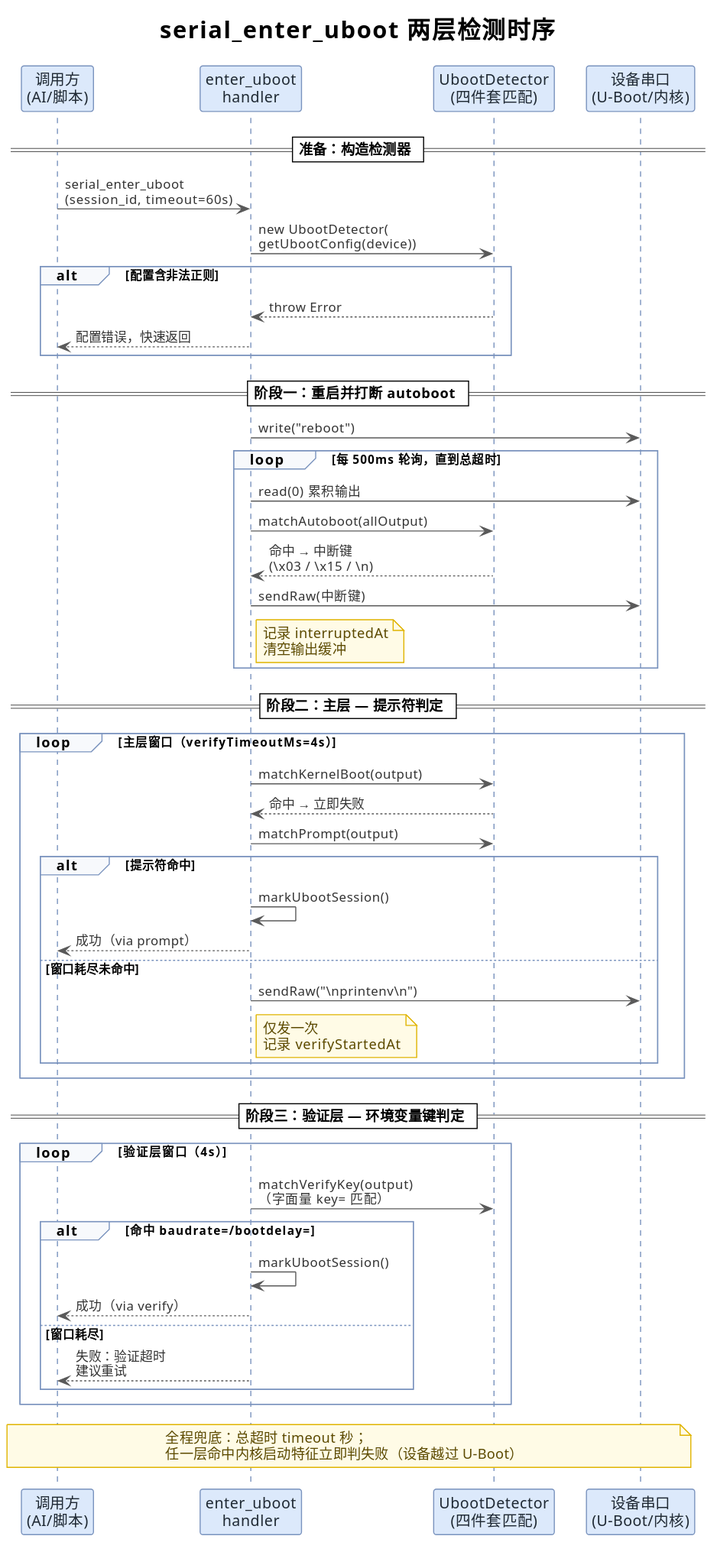
Above: docs/MCP-U-Boot标记机制分析/img/enter-uboot-sequence.svg in smk-h/embedded-mcp-toolkit (PlantUML), before the change.
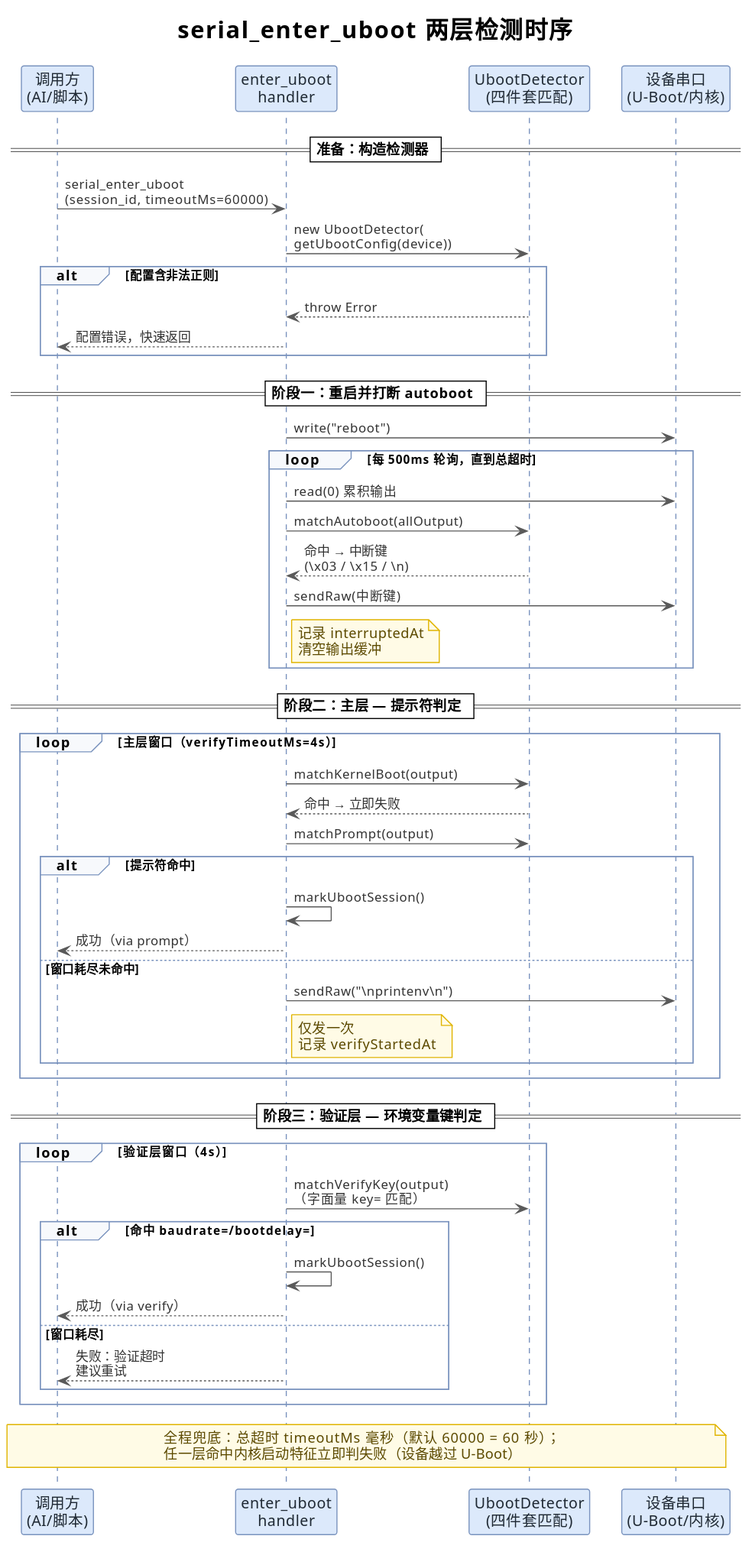
After the commit.

Commit message:
docs: 同步 enter_uboot timeoutMs 毫秒化说明与时序图

What changed in the source:
```diff
@@ -25,7 +25,7 @@
 
 == 准备：构造检测器 ==
 
-C -> H : serial_enter_uboot\n(session_id, timeout=60s)
+C -> H : serial_enter_uboot\n(session_id, timeoutMs=60000)
 H -> D : new UbootDetector(\ngetUbootConfig(device))
 alt 配置含非法正则
   D --> H : throw Error
@@ -71,7 +71,7 @@
 end
 
 note over C, S
-  全程兜底：总超时 timeout 秒；
+  全程兜底：总超时 timeoutMs 毫秒（默认 60000 = 60 秒）；
   任一层命中内核启动特征立即判失败（设备越过 U-Boot）
 end note
 @enduml
```
